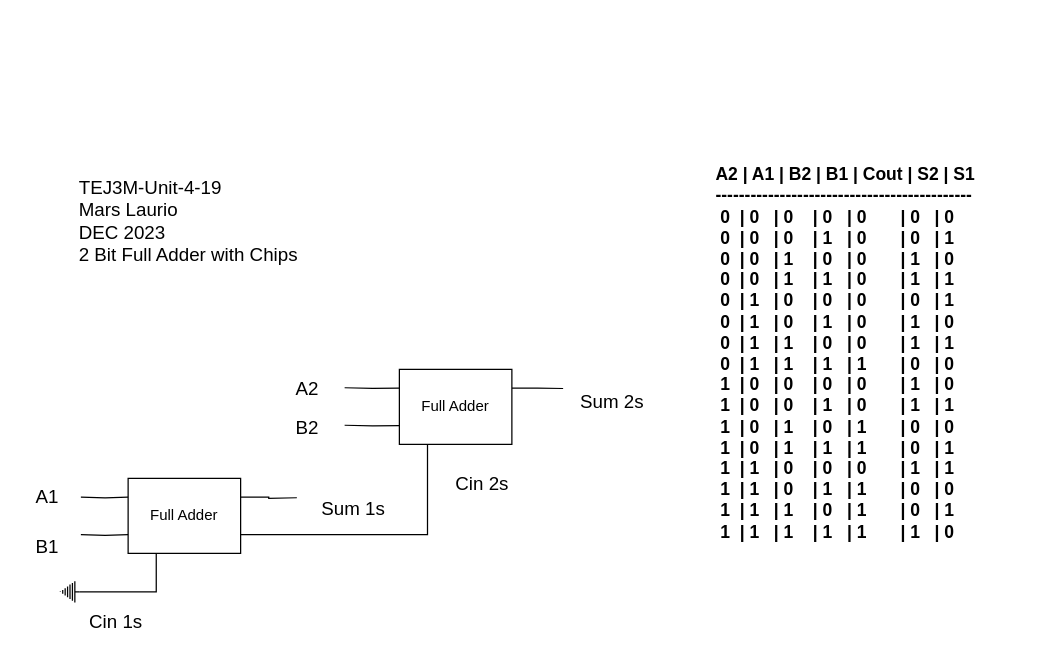
Above: Unit4-19/TEJ3M-Unit-4-19.drawio in Mars-Laurio/TEJ3M-Unit4 (draw.io), before the change. Source tidied: cells renumbered, new cells numbered last; positions are measured from the earlier drawing's top-left corner, leaving out a move shared by most shapes. Both pictures are drawn from the tidied source at 125%, with x=0, y=0 at pixel (21, 152).
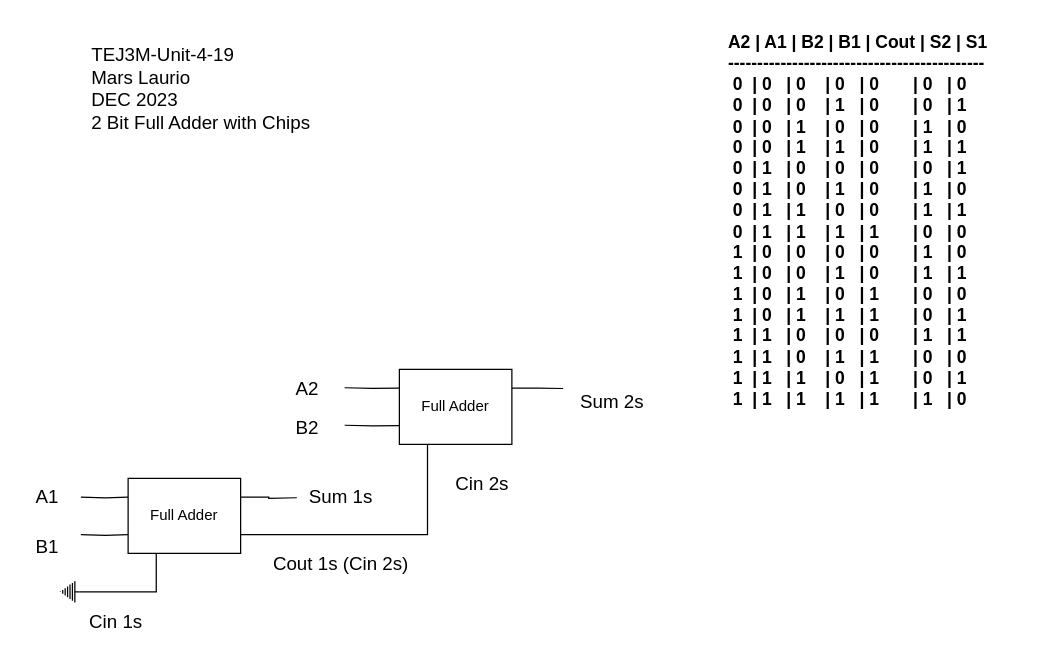
The same page after the edit.

Diff of the diagram source:
```diff
@@
     <mxCell id="2" value="&lt;div style=&quot;text-align: left; font-size: 15px;&quot;&gt;&lt;span style=&quot;background-color: initial; font-size: 15px;&quot;&gt;TEJ3M-Unit-4-19&lt;/span&gt;&lt;/div&gt;&lt;div style=&quot;text-align: left; font-size: 15px;&quot;&gt;&lt;span style=&quot;background-color: initial; font-size: 15px;&quot;&gt;Mars Laurio&lt;/span&gt;&lt;/div&gt;&lt;div style=&quot;text-align: left; font-size: 15px;&quot;&gt;&lt;span style=&quot;background-color: initial; font-size: 15px;&quot;&gt;DEC 2023&lt;/span&gt;&lt;/div&gt;&lt;div style=&quot;text-align: left; font-size: 15px;&quot;&gt;&lt;span style=&quot;background-color: initial; font-size: 15px;&quot;&gt;2 Bit Full Adder with Chips&lt;/span&gt;&lt;/div&gt;" style="text;html=1;align=center;verticalAlign=middle;strokeColor=none;fillColor=none;fontSize=15;fontFamily=Helvetica;fontColor=default;" parent="1" vertex="1">
-      <mxGeometry x="33" y="9" width="200" height="90" as="geometry" />
+      <mxGeometry x="43" y="-97" width="200" height="90" as="geometry" />
     </mxCell>
     <mxCell id="3" value="&lt;div style=&quot;text-align: left; font-size: 14px;&quot;&gt;&lt;div style=&quot;font-size: 14px;&quot;&gt;&lt;span style=&quot;font-size: 14px;&quot;&gt;A2 | A1 | B2 | B1 | Cout | S2 | S1&lt;/span&gt;&lt;/div&gt;&lt;div style=&quot;font-size: 14px;&quot;&gt;&lt;span style=&quot;font-size: 14px;&quot;&gt;--------------------------------------------&lt;/span&gt;&lt;/div&gt;&lt;div style=&quot;font-size: 14px;&quot;&gt;&lt;span style=&quot;font-size: 14px;&quot;&gt;&amp;nbsp;0&amp;nbsp; | 0&amp;nbsp; &amp;nbsp;| 0&amp;nbsp; &amp;nbsp; | 0&amp;nbsp; &amp;nbsp;| 0&amp;nbsp; &amp;nbsp; &amp;nbsp; &amp;nbsp;| 0&amp;nbsp; &amp;nbsp;| 0&amp;nbsp;&amp;nbsp;&lt;/span&gt;&lt;/div&gt;&lt;div style=&quot;font-size: 14px;&quot;&gt;&lt;span style=&quot;font-size: 14px;&quot;&gt;&amp;nbsp;0&amp;nbsp; | 0&amp;nbsp; &amp;nbsp;| 0&amp;nbsp; &amp;nbsp; | 1&amp;nbsp; &amp;nbsp;| 0&amp;nbsp; &amp;nbsp; &amp;nbsp; &amp;nbsp;| 0&amp;nbsp; &amp;nbsp;| 1&amp;nbsp; &amp;nbsp;&amp;nbsp;&lt;/span&gt;&lt;/div&gt;&lt;div style=&quot;font-size: 14px;&quot;&gt;&lt;span style=&quot;font-size: 14px;&quot;&gt;&amp;nbsp;0&amp;nbsp; | 0&amp;nbsp; &amp;nbsp;| 1&amp;nbsp; &amp;nbsp; | 0&amp;nbsp; &amp;nbsp;| 0&amp;nbsp; &amp;nbsp; &amp;nbsp; &amp;nbsp;| 1&amp;nbsp; &amp;nbsp;| 0&amp;nbsp; &amp;nbsp;&amp;nbsp;&lt;/span&gt;&lt;/div&gt;&lt;div style=&quot;font-size: 14px;&quot;&gt;&lt;span style=&quot;font-size: 14px;&quot;&gt;&amp;nbsp;0&amp;nbsp; | 0&amp;nbsp; &amp;nbsp;| 1&amp;nbsp; &amp;nbsp; | 1&amp;nbsp; &amp;nbsp;| 0&amp;nbsp; &amp;nbsp; &amp;nbsp; &amp;nbsp;| 1&amp;nbsp; &amp;nbsp;| 1&amp;nbsp; &amp;nbsp; &amp;nbsp;&lt;/span&gt;&lt;/div&gt;&lt;div style=&quot;font-size: 14px;&quot;&gt;&lt;span style=&quot;font-size: 14px;&quot;&gt;&amp;nbsp;0&amp;nbsp; | 1&amp;nbsp; &amp;nbsp;| 0&amp;nbsp; &amp;nbsp; | 0&amp;nbsp; &amp;nbsp;| 0&amp;nbsp; &amp;nbsp; &amp;nbsp; &amp;nbsp;| 0&amp;nbsp; &amp;nbsp;| 1&amp;nbsp; &amp;nbsp;&lt;/span&gt;&lt;/div&gt;&lt;div style=&quot;font-size: 14px;&quot;&gt;&lt;span style=&quot;font-size: 14px;&quot;&gt;&amp;nbsp;0&amp;nbsp; | 1&amp;nbsp; &amp;nbsp;| 0&amp;nbsp; &amp;nbsp; | 1&amp;nbsp; &amp;nbsp;| 0&amp;nbsp; &amp;nbsp; &amp;nbsp; &amp;nbsp;| 1&amp;nbsp; &amp;nbsp;| 0&amp;nbsp; &amp;nbsp;&lt;/span&gt;&lt;/div&gt;&lt;div style=&quot;font-size: 14px;&quot;&gt;&lt;span style=&quot;font-size: 14px;&quot;&gt;&amp;nbsp;0&amp;nbsp; | 1&amp;nbsp; &amp;nbsp;| 1&amp;nbsp; &amp;nbsp; | 0&amp;nbsp; &amp;nbsp;| 0&amp;nbsp; &amp;nbsp; &amp;nbsp; &amp;nbsp;| 1&amp;nbsp; &amp;nbsp;| 1&amp;nbsp; &amp;nbsp;&lt;/span&gt;&lt;/div&gt;&lt;div style=&quot;font-size: 14px;&quot;&gt;&lt;span style=&quot;font-size: 14px;&quot;&gt;&amp;nbsp;0&amp;nbsp; | 1&amp;nbsp; &amp;nbsp;| 1&amp;nbsp; &amp;nbsp; | 1&amp;nbsp; &amp;nbsp;| 1&amp;nbsp; &amp;nbsp; &amp;nbsp; &amp;nbsp;| 0&amp;nbsp; &amp;nbsp;| 0&amp;nbsp; &amp;nbsp;&lt;/span&gt;&lt;/div&gt;&lt;div style=&quot;font-size: 14px;&quot;&gt;&lt;span style=&quot;font-size: 14px;&quot;&gt;&amp;nbsp;1&amp;nbsp; | 0&amp;nbsp; &amp;nbsp;| 0&amp;nbsp; &amp;nbsp; | 0&amp;nbsp; &amp;nbsp;| 0&amp;nbsp; &amp;nbsp; &amp;nbsp; &amp;nbsp;| 1&amp;nbsp; &amp;nbsp;| 0&amp;nbsp; &amp;nbsp;&amp;nbsp;&lt;/span&gt;&lt;/div&gt;&lt;div style=&quot;font-size: 14px;&quot;&gt;&lt;span style=&quot;font-size: 14px;&quot;&gt;&amp;nbsp;1&amp;nbsp; | 0&amp;nbsp; &amp;nbsp;| 0&amp;nbsp; &amp;nbsp; | 1&amp;nbsp; &amp;nbsp;| 0&amp;nbsp; &amp;nbsp; &amp;nbsp; &amp;nbsp;| 1&amp;nbsp; &amp;nbsp;| 1&amp;nbsp; &amp;nbsp;&amp;nbsp;&lt;/span&gt;&lt;/div&gt;&lt;div style=&quot;font-size: 14px;&quot;&gt;&lt;span style=&quot;font-size: 14px;&quot;&gt;&amp;nbsp;1&amp;nbsp; | 0&amp;nbsp; &amp;nbsp;| 1&amp;nbsp; &amp;nbsp; | 0&amp;nbsp; &amp;nbsp;| 1&amp;nbsp; &amp;nbsp; &amp;nbsp; &amp;nbsp;| 0&amp;nbsp; &amp;nbsp;| 0&amp;nbsp; &amp;nbsp; &amp;nbsp;&lt;/span&gt;&lt;/div&gt;&lt;div style=&quot;font-size: 14px;&quot;&gt;&lt;span style=&quot;font-size: 14px;&quot;&gt;&amp;nbsp;1&amp;nbsp; | 0&amp;nbsp; &amp;nbsp;| 1&amp;nbsp; &amp;nbsp; | 1&amp;nbsp; &amp;nbsp;| 1&amp;nbsp; &amp;nbsp; &amp;nbsp; &amp;nbsp;| 0&amp;nbsp; &amp;nbsp;| 1&amp;nbsp; &amp;nbsp;&amp;nbsp;&lt;/span&gt;&lt;/div&gt;&lt;div style=&quot;font-size: 14px;&quot;&gt;&lt;span style=&quot;font-size: 14px;&quot;&gt;&amp;nbsp;1&amp;nbsp; | 1&amp;nbsp; &amp;nbsp;| 0&amp;nbsp; &amp;nbsp; | 0&amp;nbsp; &amp;nbsp;| 0&amp;nbsp; &amp;nbsp; &amp;nbsp; &amp;nbsp;| 1&amp;nbsp; &amp;nbsp;| 1&amp;nbsp; &amp;nbsp; &amp;nbsp;&lt;/span&gt;&lt;/div&gt;&lt;div style=&quot;font-size: 14px;&quot;&gt;&lt;span style=&quot;font-size: 14px;&quot;&gt;&amp;nbsp;1&amp;nbsp; | 1&amp;nbsp; &amp;nbsp;| 0&amp;nbsp; &amp;nbsp; | 1&amp;nbsp; &amp;nbsp;| 1&amp;nbsp; &amp;nbsp; &amp;nbsp; &amp;nbsp;| 0&amp;nbsp; &amp;nbsp;| 0&amp;nbsp; &amp;nbsp;&amp;nbsp;&lt;/span&gt;&lt;/div&gt;&lt;div style=&quot;font-size: 14px;&quot;&gt;&lt;span style=&quot;font-size: 14px;&quot;&gt;&amp;nbsp;1&amp;nbsp; | 1&amp;nbsp; &amp;nbsp;| 1&amp;nbsp; &amp;nbsp; | 0&amp;nbsp; &amp;nbsp;| 1&amp;nbsp; &amp;nbsp; &amp;nbsp; &amp;nbsp;| 0&amp;nbsp; &amp;nbsp;| 1&amp;nbsp; &amp;nbsp;&amp;nbsp;&lt;/span&gt;&lt;/div&gt;&lt;div style=&quot;font-size: 14px;&quot;&gt;&lt;span style=&quot;font-size: 14px;&quot;&gt;&amp;nbsp;1&amp;nbsp; | 1&amp;nbsp; &amp;nbsp;| 1&amp;nbsp; &amp;nbsp; | 1&amp;nbsp; &amp;nbsp;| 1&amp;nbsp; &amp;nbsp; &amp;nbsp; &amp;nbsp;| 1&amp;nbsp; &amp;nbsp;| 0&amp;nbsp; &amp;nbsp;&amp;nbsp;&lt;/span&gt;&lt;/div&gt;&lt;/div&gt;" style="text;html=1;align=center;verticalAlign=middle;opacity=0;fontStyle=1;fontSize=14;" parent="1" vertex="1">
-      <mxGeometry x="530" y="0.2" width="260" height="320" as="geometry" />
+      <mxGeometry x="540" y="-105.8" width="260" height="320" as="geometry" />
     </mxCell>
@@
     <mxCell id="21" value="Sum 1s" style="text;html=1;align=center;verticalAlign=middle;strokeColor=none;fillColor=none;fontSize=15;fontFamily=Helvetica;fontColor=default;" parent="1" vertex="1">
-      <mxGeometry x="230" y="269" width="70" height="30" as="geometry" />
+      <mxGeometry x="220" y="259" width="70" height="30" as="geometry" />
     </mxCell>
@@
+    <mxCell id="23" value="Cout 1s (Cin 2s)" style="text;html=1;align=center;verticalAlign=middle;strokeColor=none;fillColor=none;fontSize=15;fontFamily=Helvetica;fontColor=default;" parent="1" vertex="1">
+      <mxGeometry x="185" y="313.2" width="140" height="30" as="geometry" />
+    </mxCell>
```
